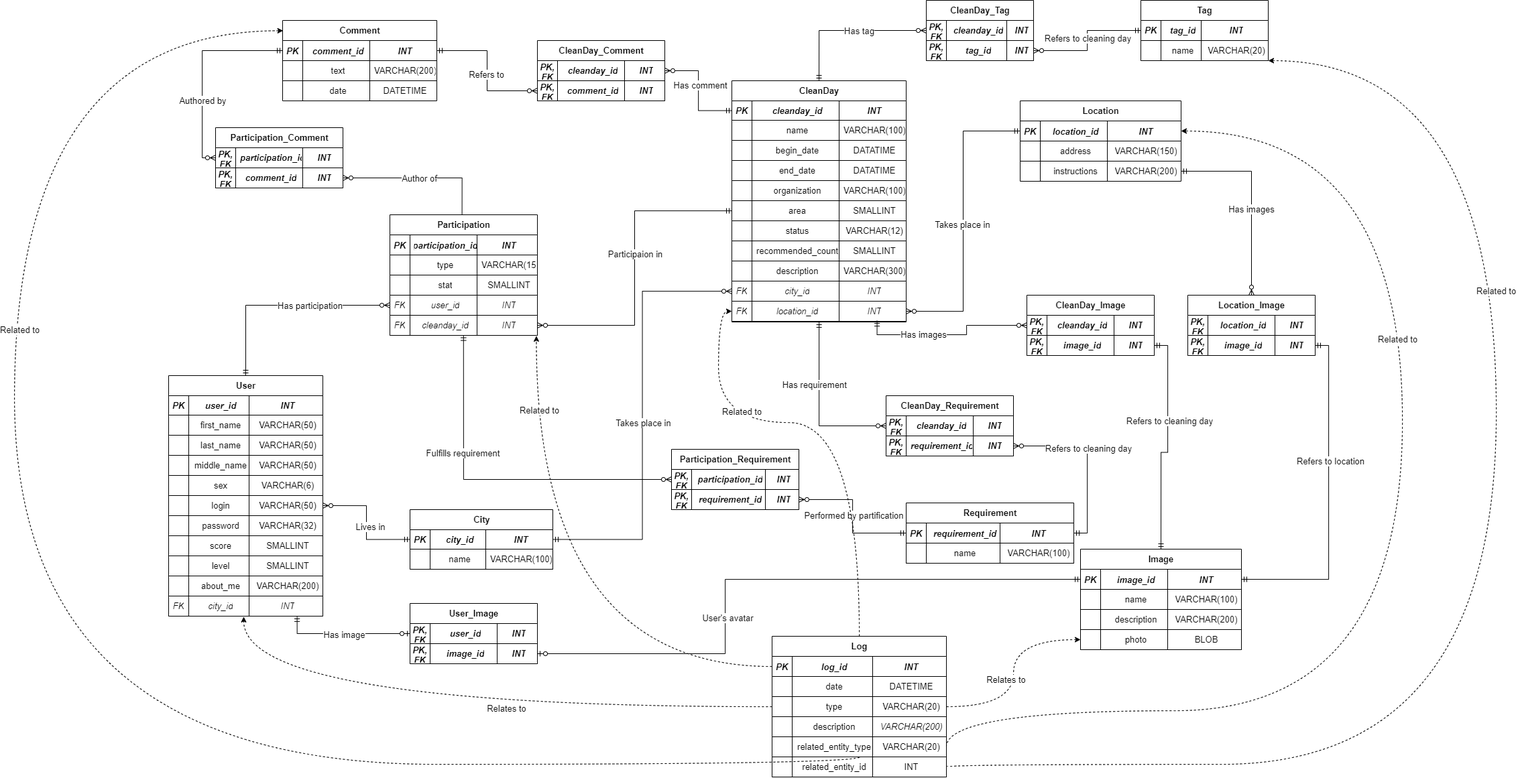
moevm/nosql1h25-cleanday keeps this draw.io diagram as db_model/sql_db_diagram.png. Above is the earlier version. Source tidied: cells renumbered, new cells last; positions are measured from the earlier drawing's top-left corner, leaving out a move shared by most shapes.
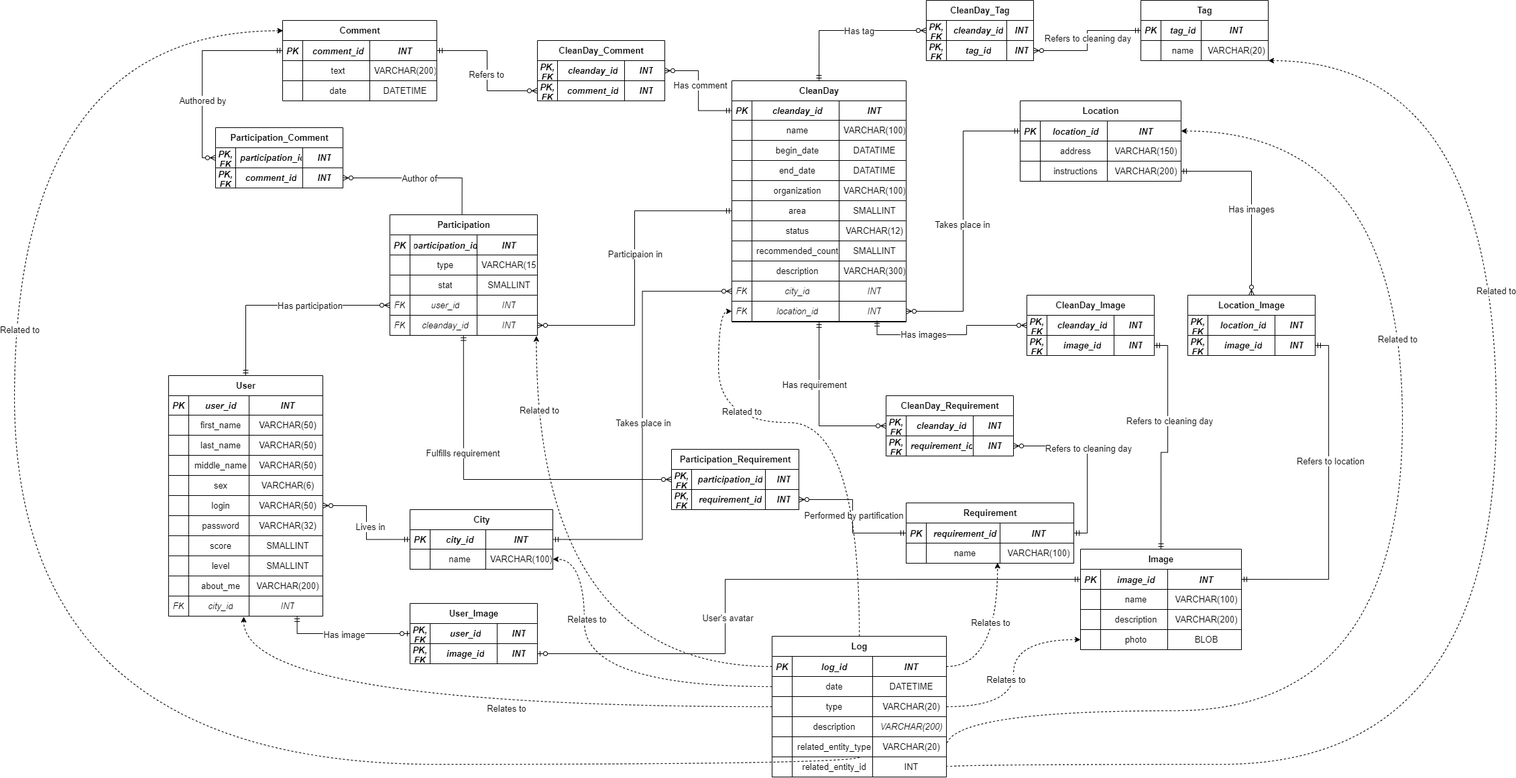
The same diagram one commit later.

Commit message:
fix(sql): added log-requirement and log-city relationships

The edit, as a diff of the source:
```diff
@@ -1066,5 +1066,24 @@
         <mxPoint y="1" as="offset" />
       </mxGeometry>
     </mxCell>
+    <mxCell id="337" style="edgeStyle=orthogonalEdgeStyle;rounded=0;jettySize=auto;html=1;entryX=1;entryY=0.5;entryDx=0;entryDy=0;curved=1;dashed=1;" parent="1" edge="1" source="265" target="148">
+      <mxGeometry relative="1" as="geometry">
+        <Array as="points">
+          <mxPoint x="850" y="1024" />
+          <mxPoint x="850" y="834" />
+        </Array>
+      </mxGeometry>
+    </mxCell>
+    <mxCell id="338" value="&lt;font style=&quot;font-size: 13px;&quot;&gt;Relates to&lt;/font&gt;" style="edgeLabel;html=1;align=center;verticalAlign=middle;" parent="337" vertex="1">
+      <mxGeometry x="0.47" y="-3" relative="1" as="geometry">
+        <mxPoint y="-1" as="offset" />
+      </mxGeometry>
+    </mxCell>
+    <mxCell id="339" style="edgeStyle=orthogonalEdgeStyle;rounded=0;jettySize=auto;html=1;entryX=0.545;entryY=0.977;entryDx=0;entryDy=0;entryPerimeter=0;curved=1;dashed=1;" parent="1" edge="1" source="261" target="90">
+      <mxGeometry relative="1" as="geometry" />
+    </mxCell>
+    <mxCell id="340" value="&lt;font style=&quot;font-size: 13px;&quot;&gt;Relates to&lt;/font&gt;" style="edgeLabel;html=1;align=center;verticalAlign=middle;" parent="339" vertex="1">
+      <mxGeometry x="0.22" y="11" relative="1" as="geometry" />
+    </mxCell>
   </root>
 </mxGraphModel>
```
